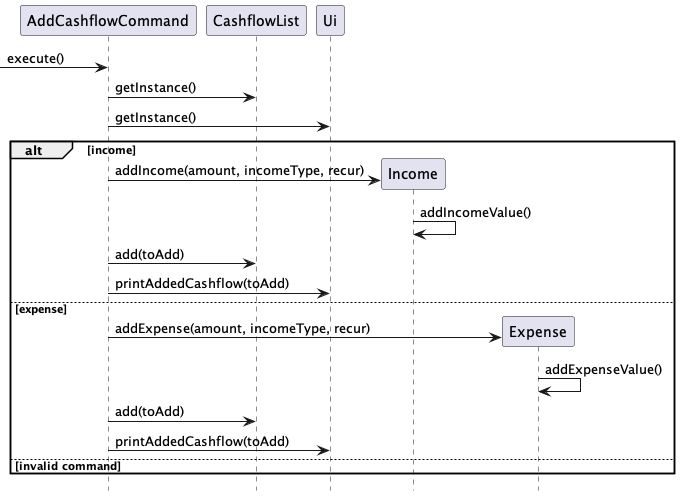
Above: docs/AddCashflowSequence.png in nus-cs2113-AY2324S1/tp (PlantUML), before the change.
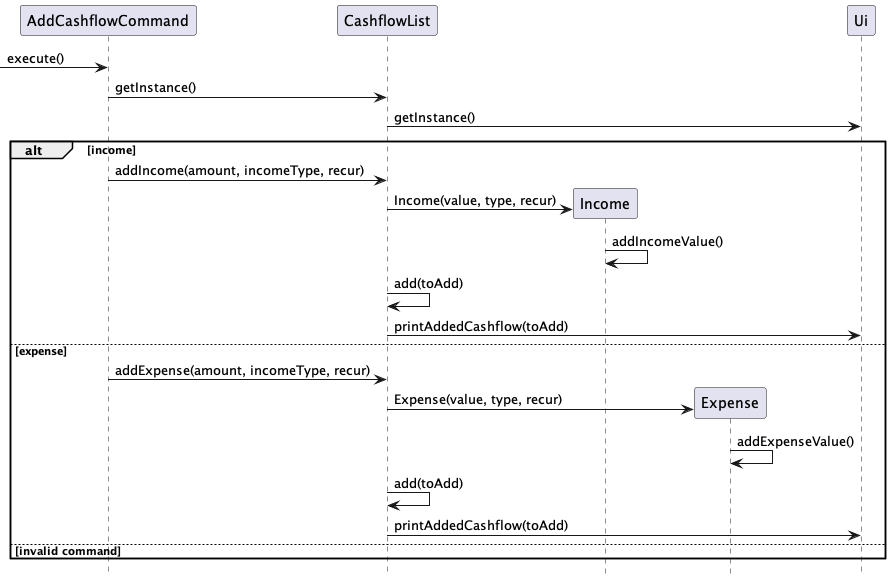
After the change.

Change to the diagram source:
```diff
@@ -2,25 +2,28 @@
 
 participant AddCashflowCommand
 participant CashflowList
-participant Ui
 participant Income
 participant Expense
+participant Ui
 
 -> AddCashflowCommand: execute()
 AddCashflowCommand -> CashflowList: getInstance()
-AddCashflowCommand -> Ui: getInstance()
+CashflowList -> Ui: getInstance()
 alt income
+    AddCashflowCommand -> CashflowList: addIncome(amount, incomeType, recur)
     create Income
-    AddCashflowCommand -> Income: addIncome(amount, incomeType, recur)
+    CashflowList -> Income: Income(value, type, recur)
     Income -> Income: addIncomeValue()
-    AddCashflowCommand -> CashflowList: add(toAdd)
-    AddCashflowCommand -> Ui: printAddedCashflow(toAdd)
+    CashflowList -> CashflowList: add(toAdd)
+    CashflowList -> Ui: printAddedCashflow(toAdd)
+
 else expense
+    AddCashflowCommand -> CashflowList: addExpense(amount, incomeType, recur)
     create Expense
-    AddCashflowCommand -> Expense: addExpense(amount, incomeType, recur)
+    CashflowList -> Expense: Expense(value, type, recur)
     Expense -> Expense: addExpenseValue()
-    AddCashflowCommand -> CashflowList: add(toAdd)
-    AddCashflowCommand -> Ui: printAddedCashflow(toAdd)
+    CashflowList -> CashflowList: add(toAdd)
+    CashflowList -> Ui: printAddedCashflow(toAdd)
 else invalid command
 end
 
```
